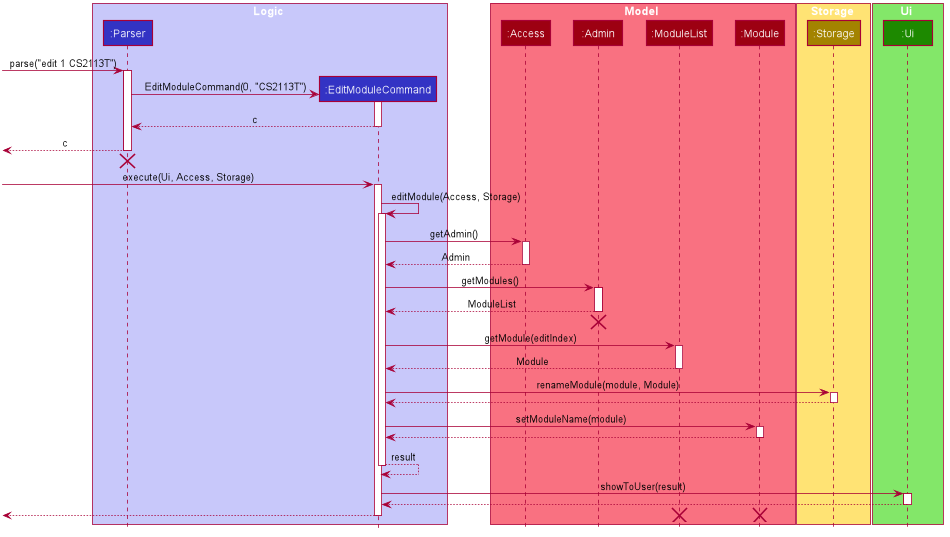
Earlier version of the PlantUML export docs/DG_Images/EditModuleSequenceDiagram.png (nus-cs2113-AY2021S1/tp).
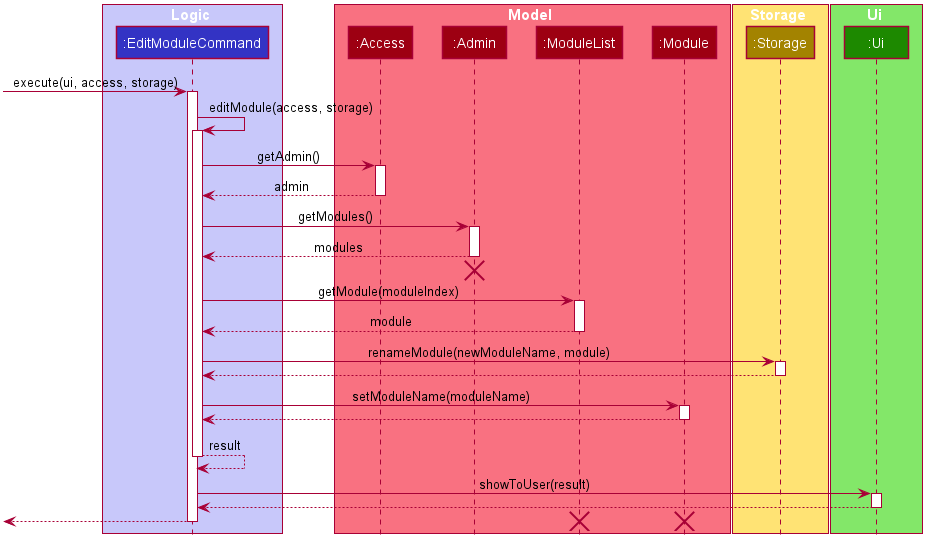
After the commit.

Commit message:
Updated sequence diagrams

Change to the diagram source:
```diff
@@ -49,7 +49,6 @@
 hide circle
 
 box Logic #C8C8FA
-participant ":Parser" as Parser #3333C4
 participant ":EditModuleCommand" as EditModuleCommand #3333C4
 end box
 
@@ -68,54 +67,39 @@
 participant ":Ui" as Ui #1D8900
 end box
 
-[-> Parser : parse("edit 1 CS2113T")
-activate Parser
-
-create EditModuleCommand
-Parser -> EditModuleCommand : EditModuleCommand(0, "CS2113T")
+[-> EditModuleCommand : execute(ui, access, storage)
 activate EditModuleCommand
 
-EditModuleCommand --> Parser : c
-deactivate EditModuleCommand
-
-[<-- Parser : c
-deactivate Parser
-[<-[hidden]- Parser
-destroy Parser
-
-[-> EditModuleCommand : execute(Ui, Access, Storage)
-activate EditModuleCommand
-
-EditModuleCommand -> EditModuleCommand : editModule(Access, Storage)
+EditModuleCommand -> EditModuleCommand : editModule(access, storage)
 activate EditModuleCommand
 
 EditModuleCommand -> Access : getAdmin()
 activate Access
 
-Access --> EditModuleCommand : Admin
+Access --> EditModuleCommand : admin
 deactivate Access
 
 EditModuleCommand -> Admin : getModules()
 activate Admin
 
-Admin --> EditModuleCommand : ModuleList
+Admin --> EditModuleCommand : modules
 deactivate Admin
 [<-[hidden]- EditModuleCommand
 destroy Admin
 
-EditModuleCommand -> ModuleList : getModule(editIndex)
+EditModuleCommand -> ModuleList : getModule(moduleIndex)
 activate ModuleList
 
-ModuleList --> EditModuleCommand : Module
+ModuleList --> EditModuleCommand : module
 deactivate ModuleList
 
-EditModuleCommand -> Storage : renameModule(module, Module)
+EditModuleCommand -> Storage : renameModule(newModuleName, module)
 activate Storage
 
 Storage --> EditModuleCommand
 deactivate Storage
 
-EditModuleCommand -> Module : setModuleName(module)
+EditModuleCommand -> Module : setModuleName(moduleName)
 activate Module
 
 Module --> EditModuleCommand
```
